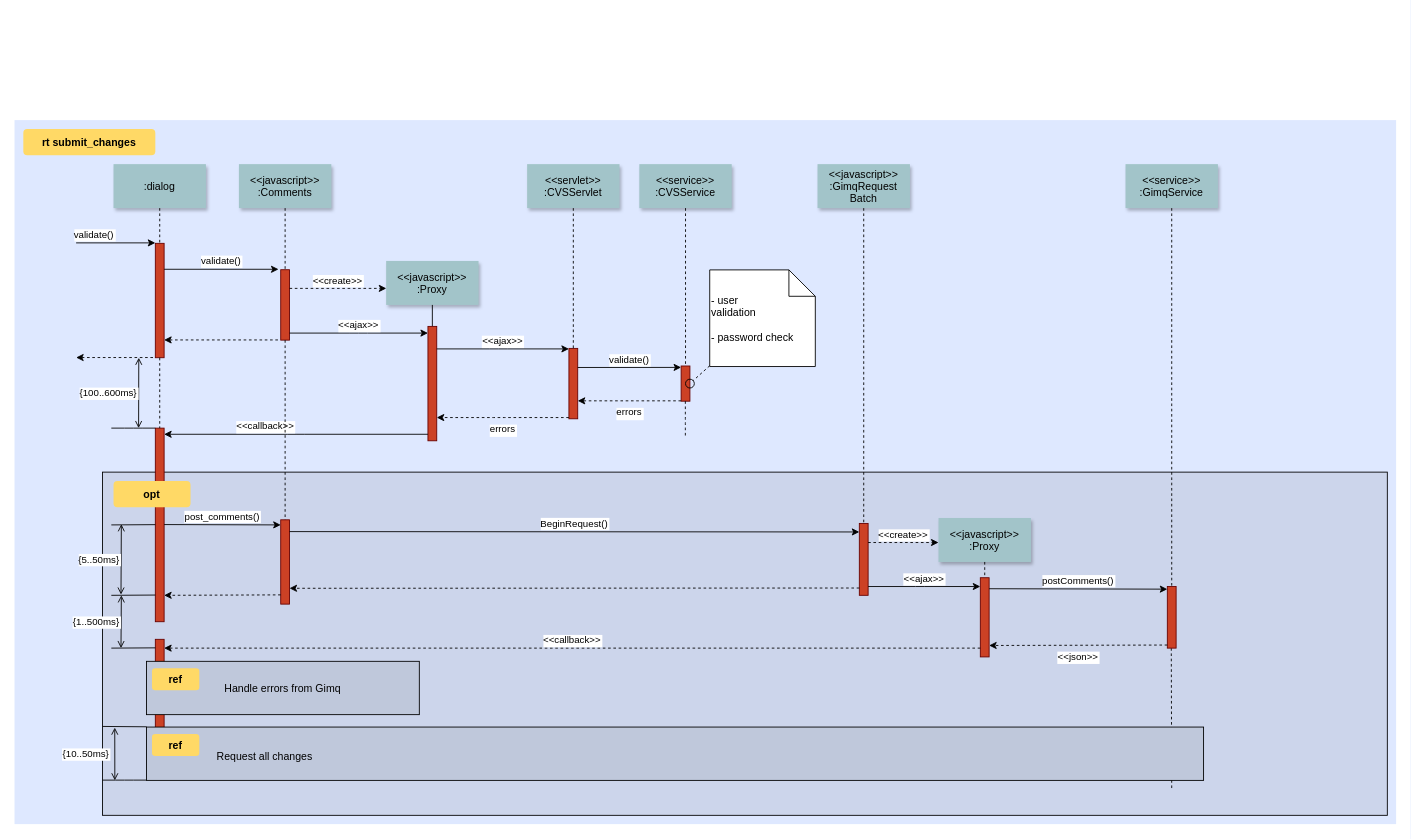
Above: editorsequence.drawio in cnTailor/draw (draw.io), before the change. Source tidied: cells renumbered, new cells numbered last; positions are measured from the earlier drawing's top-left corner, leaving out a move shared by most shapes. Both pictures are drawn from the tidied source at 88%, with x=0, y=0 at pixel (14, 120).
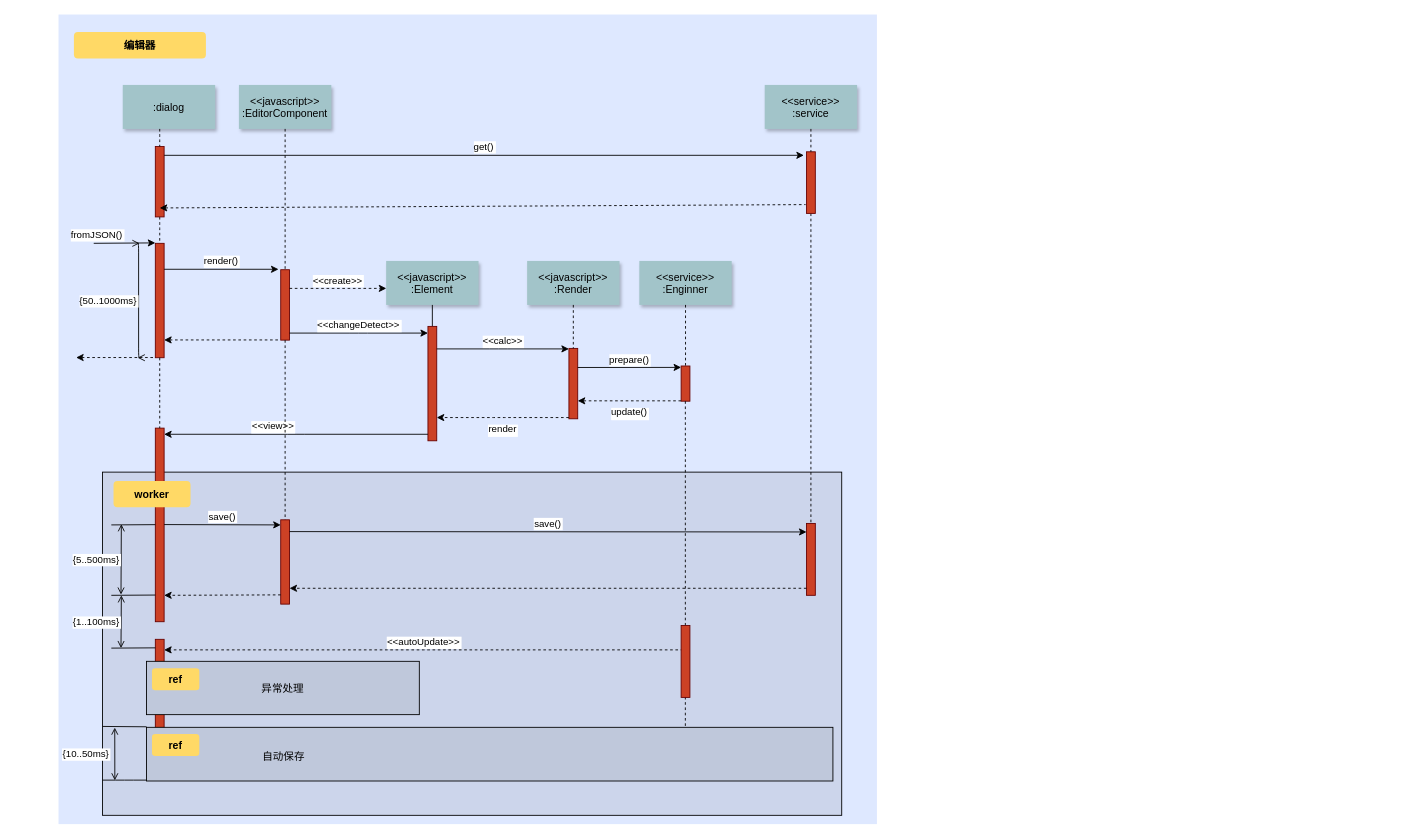
Above is the later version.

The change refers to these unchanged cells:
```xml
<mxCell id="5" style="fillColor=#CC4125;strokeColor=#660000;" parent="1" vertex="1">
  <mxGeometry x="160" y="140" width="10" height="130" as="geometry" />
</mxCell>
<mxCell id="8" style="fillColor=#CC4125;strokeColor=#660000;" parent="1" vertex="1">
  <mxGeometry x="302.5" y="170" width="10" height="80" as="geometry" />
</mxCell>
<mxCell id="17" style="fillColor=#CC4125;strokeColor=#660000;" parent="1" vertex="1">
  <mxGeometry x="469.8" y="234.4" width="10" height="130" as="geometry" />
</mxCell>
<mxCell id="19" style="fillColor=#CC4125;strokeColor=#660000;" parent="1" vertex="1">
  <mxGeometry x="630" y="259.4" width="10" height="80" as="geometry" />
</mxCell>
<mxCell id="35" style="fillColor=#CC4125;strokeColor=#660000;" parent="1" vertex="1">
  <mxGeometry x="160" y="350" width="10" height="220" as="geometry" />
</mxCell>
<mxCell id="57" style="fillColor=#CC4125;strokeColor=#660000;" parent="1" vertex="1">
  <mxGeometry x="160" y="590" width="10" height="130" as="geometry" />
</mxCell>
```

Change to the diagram source:
```diff
@@
     <mxCell id="2" style="fillColor=#DEE8FF;strokeColor=none;" parent="1" vertex="1">
-      <mxGeometry width="1570" height="800" as="geometry" />
+      <mxGeometry x="50" y="-120" width="930" height="920" as="geometry" />
     </mxCell>
     <mxCell id="3" style="fillColor=#CCD5EB;" parent="1" vertex="1">
-      <mxGeometry x="100" y="400" width="1460" height="390" as="geometry" />
+      <mxGeometry x="100" y="400" width="840" height="390" as="geometry" />
     </mxCell>
-    <mxCell id="4" style="edgeStyle=elbowEdgeStyle;elbow=horizontal;endArrow=none;dashed=1;" parent="1" edge="1">
-      <mxGeometry x="1460" y="437.9" as="geometry">
-        <mxPoint x="1314.5" y="600" as="sourcePoint" />
-        <mxPoint x="1314.5" y="760" as="targetPoint" />
-      </mxGeometry>
-    </mxCell>
@@
-    <mxCell id="6" value="validate()" style="edgeStyle=none;verticalLabelPosition=top;verticalAlign=bottom;labelPosition=left;align=right;" parent="1" edge="1">
+    <mxCell id="6" value="fromJSON()" style="edgeStyle=none;verticalLabelPosition=top;verticalAlign=bottom;labelPosition=left;align=right;" parent="1" edge="1">
       <mxGeometry x="110" y="49.5" as="geometry">
-        <mxPoint x="70" y="139.5" as="sourcePoint" />
+        <mxPoint x="90" y="140" as="sourcePoint" />
         <mxPoint x="160" y="139.5" as="targetPoint" />
       </mxGeometry>
     </mxCell>
     <mxCell id="7" value=":dialog" style="shadow=1;fillColor=#A2C4C9;strokeColor=none;" parent="1" vertex="1">
-      <mxGeometry x="112.5" y="50" width="105" height="50" as="geometry" />
+      <mxGeometry x="123" y="-40" width="105" height="50" as="geometry" />
     </mxCell>
@@
-    <mxCell id="9" value="&lt;&lt;javascript&gt;&gt;&#10;:Comments" style="shadow=1;fillColor=#A2C4C9;strokeColor=none;" parent="1" vertex="1">
-      <mxGeometry x="255" y="50" width="105" height="50" as="geometry" />
+    <mxCell id="9" value="&lt;&lt;javascript&gt;&gt;&#10;:EditorComponent" style="shadow=1;fillColor=#A2C4C9;strokeColor=none;" parent="1" vertex="1">
+      <mxGeometry x="255" y="-40" width="105" height="50" as="geometry" />
     </mxCell>
@@
-    <mxCell id="11" value="validate()" style="edgeStyle=none;verticalLabelPosition=top;verticalAlign=bottom;" parent="1" edge="1">
+    <mxCell id="11" value="render()" style="edgeStyle=none;verticalLabelPosition=top;verticalAlign=bottom;" parent="1" edge="1">
       <mxGeometry x="220" y="92" as="geometry">
         <mxPoint x="170" y="169.5" as="sourcePoint" />
         <mxPoint x="300" y="169.5" as="targetPoint" />
       </mxGeometry>
     </mxCell>
@@
-    <mxCell id="15" value="&lt;&lt;javascript&gt;&gt;&#10;:Proxy" style="shadow=1;fillColor=#A2C4C9;strokeColor=none;" parent="1" vertex="1">
+    <mxCell id="15" value="&lt;&lt;javascript&gt;&gt;&#10;:Element" style="shadow=1;fillColor=#A2C4C9;strokeColor=none;" parent="1" vertex="1">
       <mxGeometry x="422.3" y="160" width="105" height="50" as="geometry" />
     </mxCell>
@@
-    <mxCell id="18" value="&lt;&lt;ajax&gt;&gt;" style="edgeStyle=elbowEdgeStyle;elbow=vertical;verticalLabelPosition=top;verticalAlign=bottom;" parent="1" edge="1" source="8" target="17">
+    <mxCell id="18" value="&lt;&lt;changeDetect&gt;&gt;" style="edgeStyle=elbowEdgeStyle;elbow=vertical;verticalLabelPosition=top;verticalAlign=bottom;" parent="1" edge="1" source="8" target="17">
       <mxGeometry x="350" y="290" as="geometry" />
     </mxCell>
@@
-    <mxCell id="20" value="&lt;&lt;servlet&gt;&gt;&#10;:CVSServlet" style="shadow=1;fillColor=#A2C4C9;strokeColor=none;" parent="1" vertex="1">
-      <mxGeometry x="582.5" y="50" width="105" height="50" as="geometry" />
+    <mxCell id="20" value="&lt;&lt;javascript&gt;&gt;&#10;:Render" style="shadow=1;fillColor=#A2C4C9;strokeColor=none;" parent="1" vertex="1">
+      <mxGeometry x="582.5" y="160" width="105" height="50" as="geometry" />
     </mxCell>
@@
-    <mxCell id="22" value="&lt;&lt;service&gt;&gt;&#10;:CVSService" style="shadow=1;fillColor=#A2C4C9;strokeColor=none;" parent="1" vertex="1">
-      <mxGeometry x="710" y="50" width="105" height="50" as="geometry" />
+    <mxCell id="22" value="&lt;&lt;service&gt;&gt;&#10;:Enginner" style="shadow=1;fillColor=#A2C4C9;strokeColor=none;" parent="1" vertex="1">
+      <mxGeometry x="710" y="160" width="105" height="50" as="geometry" />
     </mxCell>
@@
-    <mxCell id="25" value="&lt;&lt;ajax&gt;&gt;" style="edgeStyle=elbowEdgeStyle;elbow=vertical;verticalLabelPosition=top;verticalAlign=bottom;" parent="1" edge="1" source="17" target="19">
+    <mxCell id="25" value="&lt;&lt;calc&gt;&gt;" style="edgeStyle=elbowEdgeStyle;elbow=vertical;verticalLabelPosition=top;verticalAlign=bottom;" parent="1" edge="1" source="17" target="19">
       <mxGeometry x="540" y="270" as="geometry">
         <Array as="points">
           <mxPoint x="550" y="260" />
         </Array>
       </mxGeometry>
     </mxCell>
-    <mxCell id="26" value="errors" style="edgeStyle=elbowEdgeStyle;elbow=vertical;dashed=1;verticalLabelPosition=bottom;verticalAlign=top;" parent="1" edge="1" source="19" target="17">
+    <mxCell id="26" value="render" style="edgeStyle=elbowEdgeStyle;elbow=vertical;dashed=1;verticalLabelPosition=bottom;verticalAlign=top;" parent="1" edge="1" source="19" target="17">
       <mxGeometry x="550" y="280" as="geometry">
         <Array as="points">
           <mxPoint x="553" y="338" />
         </Array>
       </mxGeometry>
     </mxCell>
-    <mxCell id="27" value="&lt;&lt;javascript&gt;&gt;&#10;:GimqRequest&#10;Batch" style="shadow=1;fillColor=#A2C4C9;strokeColor=none;" parent="1" vertex="1">
-      <mxGeometry x="912.5" y="50" width="105" height="50" as="geometry" />
+    <mxCell id="27" value="&lt;&lt;service&gt;&gt;&#10;:service" style="shadow=1;fillColor=#A2C4C9;strokeColor=none;" parent="1" vertex="1">
+      <mxGeometry x="852.5" y="-40" width="105" height="50" as="geometry" />
     </mxCell>
-    <mxCell id="28" style="edgeStyle=elbowEdgeStyle;elbow=horizontal;endArrow=none;dashed=1;" parent="1" edge="1" source="7" target="5">
+    <mxCell id="28" style="edgeStyle=elbowEdgeStyle;elbow=horizontal;endArrow=none;dashed=1;" parent="1" edge="1" source="75" target="5">
       <mxGeometry x="230" y="310" as="geometry" />
     </mxCell>
-    <mxCell id="29" value="validate()" style="edgeStyle=elbowEdgeStyle;elbow=vertical;verticalLabelPosition=top;verticalAlign=bottom;" parent="1" edge="1">
+    <mxCell id="29" value="prepare()" style="edgeStyle=elbowEdgeStyle;elbow=vertical;verticalLabelPosition=top;verticalAlign=bottom;" parent="1" edge="1">
       <mxGeometry x="550" y="261.7" as="geometry">
         <mxPoint x="640" y="281.1" as="sourcePoint" />
         <mxPoint x="757.5" y="281.1" as="targetPoint" />
       </mxGeometry>
     </mxCell>
-    <mxCell id="30" value="errors" style="edgeStyle=elbowEdgeStyle;elbow=vertical;dashed=1;verticalLabelPosition=bottom;verticalAlign=top;" parent="1" edge="1">
+    <mxCell id="30" value="update()" style="edgeStyle=elbowEdgeStyle;elbow=vertical;dashed=1;verticalLabelPosition=bottom;verticalAlign=top;" parent="1" edge="1">
       <mxGeometry x="560" y="309.7" as="geometry">
         <mxPoint x="757.5" y="319" as="sourcePoint" />
         <mxPoint x="640" y="319" as="targetPoint" />
       </mxGeometry>
     </mxCell>
-    <mxCell id="31" style="edgeStyle=elbowEdgeStyle;elbow=horizontal;endArrow=none;dashed=1;" parent="1" edge="1">
-      <mxGeometry x="932.3" y="240" as="geometry">
-        <mxPoint x="762.3" y="319.4" as="sourcePoint" />
-        <mxPoint x="762.3" y="360" as="targetPoint" />
-        <Array as="points">
-          <mxPoint x="762.3" y="340" />
-        </Array>
-      </mxGeometry>
-    </mxCell>
-    <mxCell id="32" style="ellipse;fillColor=none;" parent="1" vertex="1">
-      <mxGeometry x="762.5" y="294.4" width="10" height="10" as="geometry" />
-    </mxCell>
-    <mxCell id="33" value=" - user&#10; validation&#10;&#10; - password check" style="shape=note;align=left;" parent="1" vertex="1">
-      <mxGeometry x="790" y="170.2" width="120" height="109.8" as="geometry" />
-    </mxCell>
-    <mxCell id="34" style="edgeStyle=none;endArrow=none;dashed=1;" parent="1" edge="1" source="33" target="32">
-      <mxGeometry x="1030" y="180" as="geometry" />
-    </mxCell>
@@
-    <mxCell id="36" value="             &lt;&lt;callback&gt;&gt;                                " style="edgeStyle=elbowEdgeStyle;elbow=vertical;dashed=0;verticalLabelPosition=top;verticalAlign=bottom;align=right;" parent="1" edge="1" source="17" target="35">
+    <mxCell id="36" value="             &lt;&lt;view&gt;&gt;                                " style="edgeStyle=elbowEdgeStyle;elbow=vertical;dashed=0;verticalLabelPosition=top;verticalAlign=bottom;align=right;" parent="1" edge="1" source="17" target="35">
       <mxGeometry x="190" y="329.8" as="geometry" />
     </mxCell>
@@
-    <mxCell id="38" style="edgeStyle=elbowEdgeStyle;elbow=vertical;endArrow=none;" parent="1" edge="1" source="35">
-      <mxGeometry x="60" y="310" as="geometry">
-        <mxPoint x="110" y="350" as="targetPoint" />
-      </mxGeometry>
-    </mxCell>
-    <mxCell id="39" value="{100..600ms}" style="edgeStyle=elbowEdgeStyle;elbow=horizontal;startArrow=open;endArrow=open;labelPosition=left;align=right;" parent="1" edge="1">
-      <mxGeometry x="61.2" y="290" as="geometry">
-        <mxPoint x="141.2" y="270" as="sourcePoint" />
-        <mxPoint x="141.2" y="350" as="targetPoint" />
+    <mxCell id="39" value="{50..1000ms}" style="edgeStyle=elbowEdgeStyle;elbow=horizontal;startArrow=open;endArrow=open;labelPosition=left;align=right;" parent="1" edge="1">
+      <mxGeometry x="62.2" y="165" as="geometry">
+        <mxPoint x="142" y="140" as="sourcePoint" />
+        <mxPoint x="140" y="270" as="targetPoint" />
       </mxGeometry>
     </mxCell>
@@
     <mxCell id="41" style="fillColor=#CC4125;strokeColor=#660000;" parent="1" vertex="1">
-      <mxGeometry x="960" y="458.3" width="10" height="81.7" as="geometry" />
+      <mxGeometry x="900" y="458.3" width="10" height="81.7" as="geometry" />
     </mxCell>
-    <mxCell id="42" style="edgeStyle=none;endArrow=none;dashed=1;" parent="1" edge="1" source="27" target="41">
-      <mxGeometry x="956.6" y="205" as="geometry" />
+    <mxCell id="42" style="edgeStyle=none;endArrow=none;dashed=1;" parent="1" edge="1" source="77" target="41">
+      <mxGeometry x="896.6" y="205" as="geometry" />
     </mxCell>
-    <mxCell id="43" value="post_comments()" style="edgeStyle=elbowEdgeStyle;elbow=vertical;verticalLabelPosition=top;verticalAlign=bottom;" parent="1" edge="1">
+    <mxCell id="43" value="save()" style="edgeStyle=elbowEdgeStyle;elbow=vertical;verticalLabelPosition=top;verticalAlign=bottom;" parent="1" edge="1">
       <mxGeometry x="212.5" y="469.6" as="geometry">
         <mxPoint x="170" y="459.6" as="sourcePoint" />
         <mxPoint x="302.5" y="459.6" as="targetPoint" />
       </mxGeometry>
     </mxCell>
@@
-    <mxCell id="45" value="BeginRequest()" style="edgeStyle=elbowEdgeStyle;elbow=vertical;verticalLabelPosition=top;verticalAlign=bottom;" parent="1" edge="1">
-      <mxGeometry x="530" y="436.8" as="geometry">
-        <mxPoint x="312.5" y="467.6" as="sourcePoint" />
-        <mxPoint x="960" y="467.6" as="targetPoint" />
-      </mxGeometry>
-    </mxCell>
-    <mxCell id="46" style="edgeStyle=elbowEdgeStyle;elbow=vertical;dashed=1;verticalLabelPosition=bottom;verticalAlign=top;" parent="1" edge="1">
-      <mxGeometry x="530" y="549.1" as="geometry">
-        <mxPoint x="960" y="531.7" as="sourcePoint" />
-        <mxPoint x="312.5" y="531.7" as="targetPoint" />
-      </mxGeometry>
-    </mxCell>
-    <mxCell id="47" value="&lt;&lt;javascript&gt;&gt;&#10;:Proxy" style="shadow=1;fillColor=#A2C4C9;strokeColor=none;" parent="1" vertex="1">
-      <mxGeometry x="1050" y="452.1" width="105" height="50" as="geometry" />
-    </mxCell>
-    <mxCell id="48" style="edgeStyle=none;endArrow=none;dashed=1;" parent="1" edge="1" source="47" target="49">
-      <mxGeometry x="1204.1" y="380.1" as="geometry" />
-    </mxCell>
-    <mxCell id="49" style="fillColor=#CC4125;strokeColor=#660000;" parent="1" vertex="1">
-      <mxGeometry x="1097.5" y="520" width="10" height="90" as="geometry" />
-    </mxCell>
-    <mxCell id="50" style="fillColor=#CC4125;strokeColor=#660000;" parent="1" vertex="1">
-      <mxGeometry x="1310" y="530" width="10" height="70" as="geometry" />
-    </mxCell>
-    <mxCell id="51" value="&lt;&lt;create&gt;&gt;" style="edgeStyle=elbowEdgeStyle;elbow=vertical;verticalLabelPosition=top;verticalAlign=bottom;dashed=1;" parent="1" edge="1" source="41" target="47">
-      <mxGeometry x="901.2" y="322.5" as="geometry" />
-    </mxCell>
-    <mxCell id="52" value="&lt;&lt;ajax&gt;&gt;" style="edgeStyle=elbowEdgeStyle;elbow=vertical;verticalLabelPosition=top;verticalAlign=bottom;" parent="1" edge="1" source="41" target="49">
-      <mxGeometry x="1065" y="359.5" as="geometry" />
-    </mxCell>
-    <mxCell id="53" value="postComments()" style="edgeStyle=elbowEdgeStyle;elbow=vertical;verticalLabelPosition=top;verticalAlign=bottom;" parent="1" edge="1">
-      <mxGeometry x="1225" y="309.5" as="geometry">
-        <mxPoint x="1107.5" y="532.5" as="sourcePoint" />
-        <mxPoint x="1310" y="532.5" as="targetPoint" />
-      </mxGeometry>
-    </mxCell>
-    <mxCell id="54" value="&lt;&lt;json&gt;&gt;" style="edgeStyle=elbowEdgeStyle;elbow=vertical;dashed=1;verticalLabelPosition=bottom;verticalAlign=top;" parent="1" edge="1">
-      <mxGeometry x="1075" y="396" as="geometry">
-        <mxPoint x="1310" y="596.5" as="sourcePoint" />
-        <mxPoint x="1107.5" y="596.5" as="targetPoint" />
-      </mxGeometry>
-    </mxCell>
-    <mxCell id="55" value="&lt;&lt;service&gt;&gt;&#10;:GimqService" style="shadow=1;fillColor=#A2C4C9;strokeColor=none;" parent="1" vertex="1">
-      <mxGeometry x="1262.5" y="50" width="105" height="50" as="geometry" />
-    </mxCell>
-    <mxCell id="56" style="edgeStyle=none;endArrow=none;dashed=1;" parent="1" edge="1" source="55" target="50">
-      <mxGeometry x="1174.1" y="210" as="geometry" />
-    </mxCell>
@@
-    <mxCell id="59" value="&lt;&lt;callback&gt;&gt;" style="edgeStyle=elbowEdgeStyle;elbow=vertical;dashed=1;verticalLabelPosition=bottom;verticalAlign=bottom;" parent="1" edge="1" source="49" target="57">
-      <mxGeometry x="540" y="559.1" as="geometry" />
+    <mxCell id="59" value="&lt;&lt;autoUpdate&gt;&gt;" style="edgeStyle=elbowEdgeStyle;elbow=vertical;dashed=1;verticalLabelPosition=bottom;verticalAlign=bottom;" parent="1" edge="1" target="57">
+      <mxGeometry x="540" y="559.1" as="geometry">
+        <mxPoint x="760" y="602" as="sourcePoint" />
+      </mxGeometry>
     </mxCell>
-    <mxCell id="60" value="rt submit_changes" style="rounded=1;fontStyle=1;fillColor=#FFD966;strokeColor=none;" parent="1" vertex="1">
-      <mxGeometry x="10" y="10" width="150" height="30" as="geometry" />
+    <mxCell id="60" value="编辑器" style="rounded=1;fontStyle=1;fillColor=#FFD966;strokeColor=none;" parent="1" vertex="1">
+      <mxGeometry x="67.5" y="-100" width="150" height="30" as="geometry" />
     </mxCell>
-    <mxCell id="61" value="opt" style="rounded=1;fontStyle=1;fillColor=#FFD966;strokeColor=none;" parent="1" vertex="1">
+    <mxCell id="61" value="worker" style="rounded=1;fontStyle=1;fillColor=#FFD966;strokeColor=none;" parent="1" vertex="1">
       <mxGeometry x="112.5" y="410" width="87.5" height="30" as="geometry" />
     </mxCell>
-    <mxCell id="62" value="Handle errors from Gimq" style="fillColor=#BFC8DB;" parent="1" vertex="1">
+    <mxCell id="62" value="异常处理" style="fillColor=#BFC8DB;" parent="1" vertex="1">
       <mxGeometry x="150" y="615" width="310" height="60.6" as="geometry" />
     </mxCell>
@@
     <mxCell id="64" style="align=left;fillColor=#BFC8DB;" parent="1" vertex="1">
-      <mxGeometry x="150" y="689.7" width="1201.2" height="60.6" as="geometry" />
+      <mxGeometry x="150" y="690" width="780" height="61" as="geometry" />
     </mxCell>
@@
-    <mxCell id="66" value="Request all changes" style="text;align=left;" parent="1" vertex="1">
-      <mxGeometry x="228.1" y="710.1" width="351.8" height="26" as="geometry" />
+    <mxCell id="66" value="自动保存" style="text;align=left;" parent="1" vertex="1">
+      <mxGeometry x="280" y="710" width="300" height="26" as="geometry" />
     </mxCell>
@@
-    <mxCell id="72" value="{5..50ms}" style="edgeStyle=elbowEdgeStyle;elbow=horizontal;startArrow=open;endArrow=open;labelPosition=left;align=right;" parent="1" edge="1">
+    <mxCell id="72" value="{5..500ms}" style="edgeStyle=elbowEdgeStyle;elbow=horizontal;startArrow=open;endArrow=open;labelPosition=left;align=right;" parent="1" edge="1">
       <mxGeometry x="41.4" y="479.2" as="geometry">
         <mxPoint x="121.4" y="459.2" as="sourcePoint" />
         <mxPoint x="121.4" y="539.2" as="targetPoint" />
       </mxGeometry>
     </mxCell>
-    <mxCell id="73" value="{1..500ms}" style="edgeStyle=elbowEdgeStyle;elbow=horizontal;startArrow=open;endArrow=open;labelPosition=left;align=right;" parent="1" edge="1">
+    <mxCell id="73" value="{1..100ms}" style="edgeStyle=elbowEdgeStyle;elbow=horizontal;startArrow=open;endArrow=open;labelPosition=left;align=right;" parent="1" edge="1">
       <mxGeometry x="42.9" y="560" as="geometry">
         <mxPoint x="121.4" y="540" as="sourcePoint" />
         <mxPoint x="121.4" y="600" as="targetPoint" />
       </mxGeometry>
     </mxCell>
@@
+    <mxCell id="75" style="fillColor=#CC4125;strokeColor=#660000;" parent="1" vertex="1">
+      <mxGeometry x="160" y="30" width="10" height="80" as="geometry" />
+    </mxCell>
+    <mxCell id="76" style="edgeStyle=elbowEdgeStyle;elbow=horizontal;endArrow=none;dashed=1;" parent="1" edge="1" source="7" target="75">
+      <mxGeometry x="230" y="310" as="geometry" />
+    </mxCell>
+    <mxCell id="77" style="fillColor=#CC4125;strokeColor=#660000;" parent="1" vertex="1">
+      <mxGeometry x="900" y="36" width="10" height="70" as="geometry" />
+    </mxCell>
+    <mxCell id="78" style="edgeStyle=none;endArrow=none;dashed=1;" parent="1" edge="1" source="27" target="77">
+      <mxGeometry x="896.6" y="205" as="geometry" />
+    </mxCell>
+    <mxCell id="79" value="get()" style="edgeStyle=none;verticalLabelPosition=top;verticalAlign=bottom;entryX=-0.3;entryY=0.057;entryDx=0;entryDy=0;entryPerimeter=0;" parent="1" edge="1" target="77">
+      <mxGeometry x="220" y="-37.5" as="geometry">
+        <mxPoint x="170" y="40" as="sourcePoint" />
+      </mxGeometry>
+    </mxCell>
+    <mxCell id="80" style="edgeStyle=none;verticalLabelPosition=top;verticalAlign=bottom;endArrow=none;startArrow=classic;dashed=1;" parent="1" edge="1">
+      <mxGeometry x="215" y="22.3" as="geometry">
+        <mxPoint x="165" y="99.8" as="sourcePoint" />
+        <mxPoint x="899" y="96" as="targetPoint" />
+      </mxGeometry>
+    </mxCell>
+    <mxCell id="31" style="edgeStyle=elbowEdgeStyle;elbow=horizontal;endArrow=none;dashed=1;" parent="1" edge="1" target="64">
+      <mxGeometry x="932.3" y="240" as="geometry">
+        <mxPoint x="762.3" y="319.4" as="sourcePoint" />
+        <Array as="points">
+          <mxPoint x="762.3" y="340" />
+        </Array>
+      </mxGeometry>
+    </mxCell>
+    <mxCell id="81" style="fillColor=#CC4125;strokeColor=#660000;" parent="1" vertex="1">
+      <mxGeometry x="757.5" y="574.3" width="10" height="81.7" as="geometry" />
+    </mxCell>
+    <mxCell id="45" value="save()" style="edgeStyle=elbowEdgeStyle;elbow=vertical;verticalLabelPosition=top;verticalAlign=bottom;" parent="1" edge="1">
+      <mxGeometry x="530" y="436.8" as="geometry">
+        <mxPoint x="312.5" y="467.6" as="sourcePoint" />
+        <mxPoint x="900" y="468" as="targetPoint" />
+      </mxGeometry>
+    </mxCell>
+    <mxCell id="46" style="edgeStyle=elbowEdgeStyle;elbow=vertical;dashed=1;verticalLabelPosition=bottom;verticalAlign=top;" parent="1" edge="1">
+      <mxGeometry x="530" y="549.1" as="geometry">
+        <mxPoint x="900" y="532" as="sourcePoint" />
+        <mxPoint x="312.5" y="531.7" as="targetPoint" />
+      </mxGeometry>
+    </mxCell>
```
